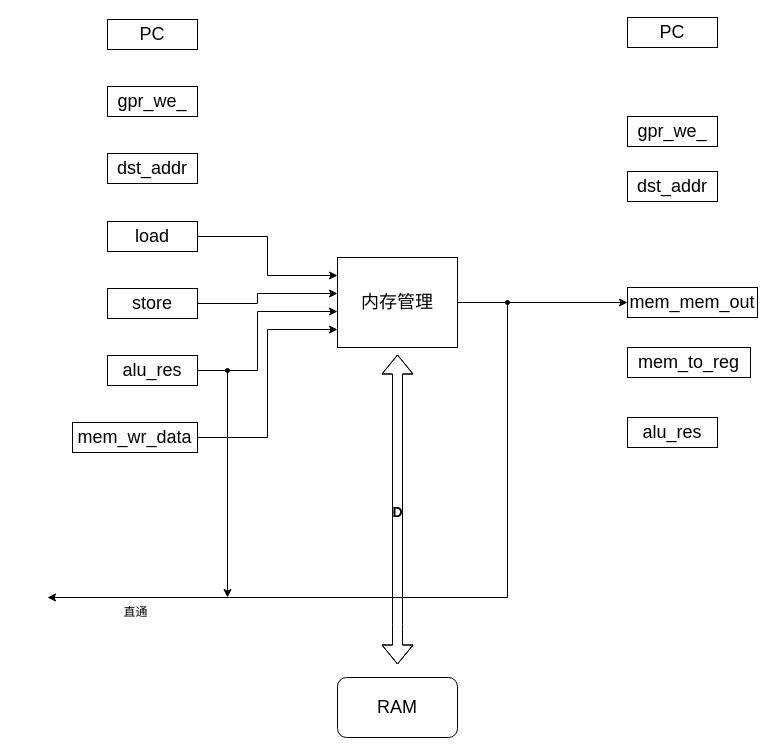
This is page "MEM阶段" (6 of 7) of Doc/cySOC总系统框图.drawio from Unpdt/cySOC, a draw.io file, before an edit. Source tidied: cells renumbered, new cells numbered last; positions are measured from the earlier drawing's top-left corner, leaving out a move shared by most shapes. Both pictures are drawn from the tidied source at 100%, with x=0, y=0 at pixel (47, 17).
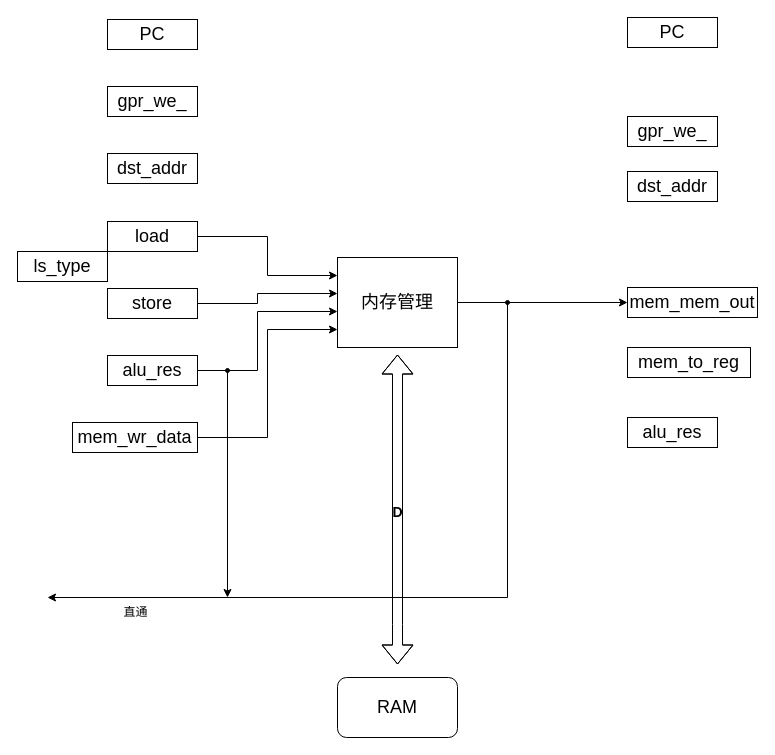
The same page after the edit.

Diff of the diagram source:
```diff
@@
+    <mxCell id="29" value="&lt;span style=&quot;font-size: 18px;&quot;&gt;ls_type&lt;/span&gt;" style="rounded=0;whiteSpace=wrap;html=1;" parent="1" vertex="1">
+      <mxGeometry x="-30" y="234" width="90" height="30" as="geometry" />
+    </mxCell>
```
